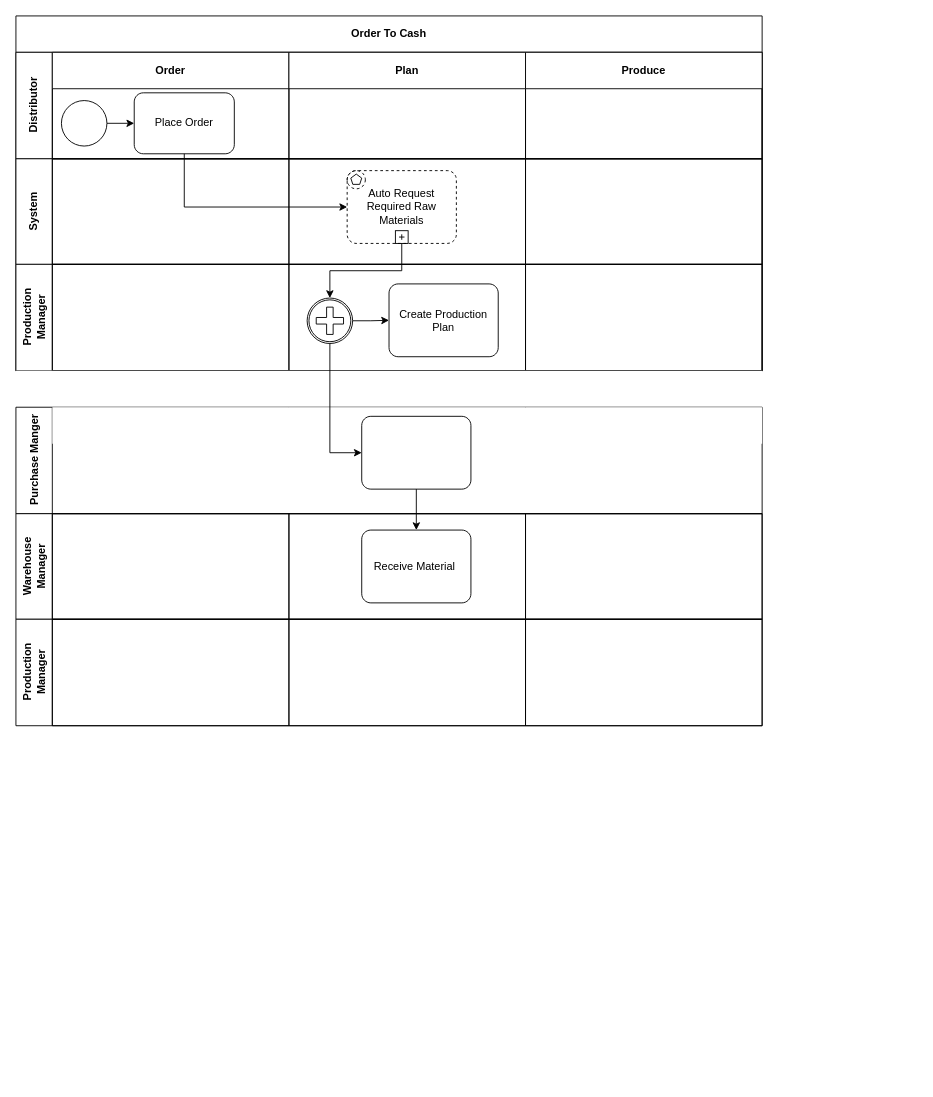
lmnaslimited/village keeps this draw.io diagram as o2c.drawio. Above is the earlier version. Source tidied: cells renumbered, new cells numbered last; positions are measured from the earlier drawing's top-left corner, leaving out a move shared by most shapes. Both pictures are drawn from the tidied source at 91%, with x=0, y=0 at pixel (15, 15).
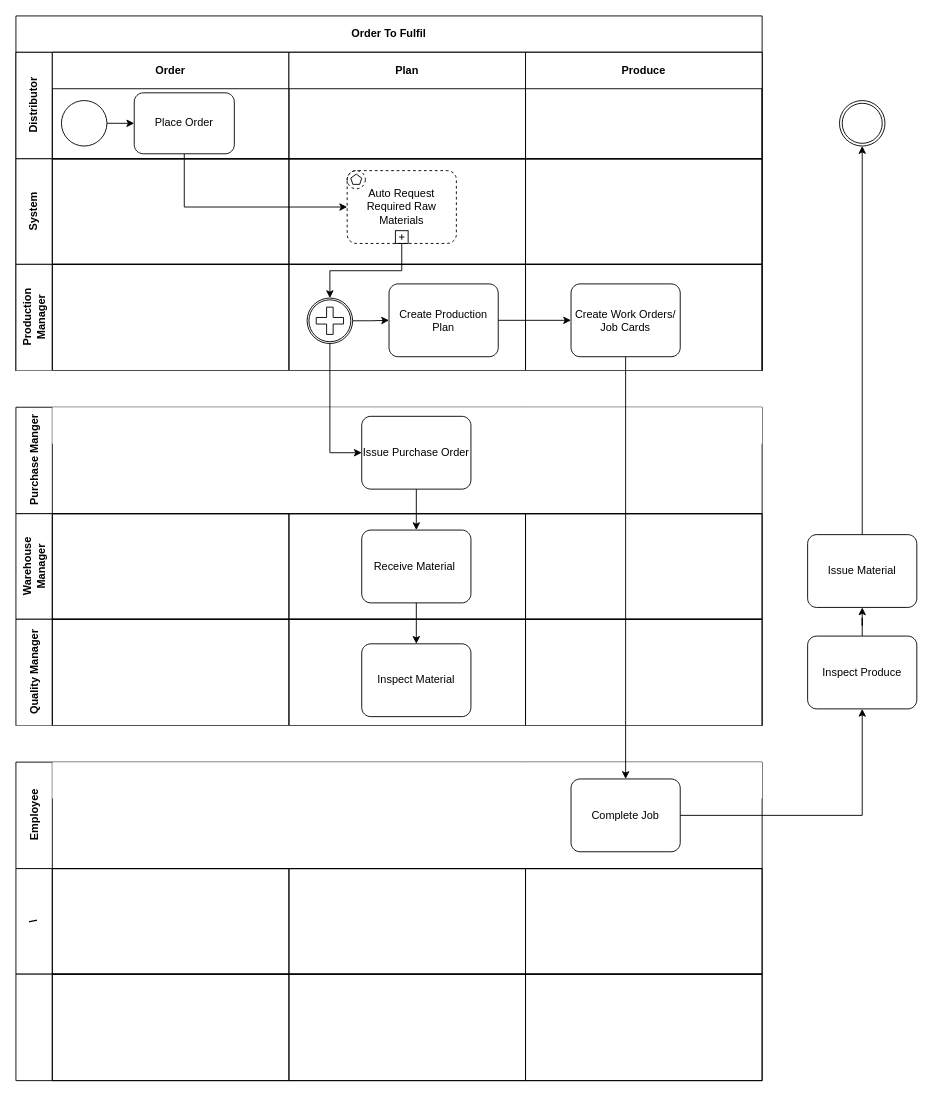
After the change.

Unchanged cells that the change refers to:
```xml
<mxCell id="20" value="Create Production Plan" style="points=[[0.25,0,0],[0.5,0,0],[0.75,0,0],[1,0.25,0],[1,0.5,0],[1,0.75,0],[0.75,1,0],[0.5,1,0],[0.25,1,0],[0,0.75,0],[0,0.5,0],[0,0.25,0]];shape=mxgraph.bpmn.task;whiteSpace=wrap;rectStyle=rounded;size=10;taskMarker=abstract;" parent="17" vertex="1">
  <mxGeometry x="110" y="21.5" width="120" height="80" as="geometry" />
</mxCell>
<mxCell id="24" style="shape=table;childLayout=tableLayout;rowLines=0;columnLines=0;startSize=40;html=1;whiteSpace=wrap;fontStyle=1;align=center;strokeColor=none;" parent="1" vertex="1">
  <mxGeometry y="390" width="820" height="390" as="geometry" />
</mxCell>
<mxCell id="27" style="swimlane;startSize=40;html=1;whiteSpace=wrap;strokeColor=none;" parent="25" vertex="1">
  <mxGeometry x="300" width="260" height="117" as="geometry" />
</mxCell>
<mxCell id="33" value="Receive Material " style="points=[[0.25,0,0],[0.5,0,0],[0.75,0,0],[1,0.25,0],[1,0.5,0],[1,0.75,0],[0.75,1,0],[0.5,1,0],[0.25,1,0],[0,0.75,0],[0,0.5,0],[0,0.25,0]];shape=mxgraph.bpmn.task;whiteSpace=wrap;rectStyle=rounded;size=10;taskMarker=abstract;" parent="32" vertex="1">
  <mxGeometry x="80" y="18" width="120" height="80" as="geometry" />
</mxCell>
<mxCell id="37" style="swimlane;startSize=0;html=1;whiteSpace=wrap;" parent="35" vertex="1">
  <mxGeometry x="300" width="260" height="117" as="geometry" />
</mxCell>
```

What changed in the source:
```diff
@@
-    <mxCell id="2" value="Order To Cash" style="shape=table;childLayout=tableLayout;rowLines=0;columnLines=0;startSize=40;html=1;whiteSpace=wrap;fontStyle=1;align=center;" parent="1" vertex="1">
+    <mxCell id="2" value="Order To Fulfil" style="shape=table;childLayout=tableLayout;rowLines=0;columnLines=0;startSize=40;html=1;whiteSpace=wrap;fontStyle=1;align=center;" parent="1" vertex="1">
       <mxGeometry width="820" height="390" as="geometry" />
     </mxCell>
@@
-    <mxCell id="28" style="points=[[0.25,0,0],[0.5,0,0],[0.75,0,0],[1,0.25,0],[1,0.5,0],[1,0.75,0],[0.75,1,0],[0.5,1,0],[0.25,1,0],[0,0.75,0],[0,0.5,0],[0,0.25,0]];shape=mxgraph.bpmn.task;whiteSpace=wrap;rectStyle=rounded;size=10;taskMarker=abstract;" parent="27" vertex="1">
+    <mxCell id="28" value="Issue Purchase Order" style="points=[[0.25,0,0],[0.5,0,0],[0.75,0,0],[1,0.25,0],[1,0.5,0],[1,0.75,0],[0.75,1,0],[0.5,1,0],[0.25,1,0],[0,0.75,0],[0,0.5,0],[0,0.25,0]];shape=mxgraph.bpmn.task;whiteSpace=wrap;rectStyle=rounded;size=10;taskMarker=abstract;" parent="27" vertex="1">
       <mxGeometry x="80" y="10" width="120" height="80" as="geometry" />
     </mxCell>
@@
-    <mxCell id="35" value="Production Manager" style="swimlane;horizontal=0;startSize=40;html=1;whiteSpace=wrap;" parent="24" vertex="1">
+    <mxCell id="35" value="Quality Manager" style="swimlane;horizontal=0;startSize=40;html=1;whiteSpace=wrap;" parent="24" vertex="1">
       <mxGeometry y="273" width="820" height="117" as="geometry" />
     </mxCell>
@@
+    <mxCell id="41" value="Inspect Material" style="points=[[0.25,0,0],[0.5,0,0],[0.75,0,0],[1,0.25,0],[1,0.5,0],[1,0.75,0],[0.75,1,0],[0.5,1,0],[0.25,1,0],[0,0.75,0],[0,0.5,0],[0,0.25,0]];shape=mxgraph.bpmn.task;whiteSpace=wrap;rectStyle=rounded;size=10;taskMarker=abstract;" parent="37" vertex="1">
+      <mxGeometry x="80" y="27" width="120" height="80" as="geometry" />
+    </mxCell>
@@
+    <mxCell id="42" style="edgeStyle=orthogonalEdgeStyle;rounded=0;jettySize=auto;html=1;" parent="24" edge="1" source="33" target="41">
+      <mxGeometry relative="1" as="geometry" />
+    </mxCell>
@@
+    <mxCell id="43" value="Create Work Orders/ Job Cards" style="points=[[0.25,0,0],[0.5,0,0],[0.75,0,0],[1,0.25,0],[1,0.5,0],[1,0.75,0],[0.75,1,0],[0.5,1,0],[0.25,1,0],[0,0.75,0],[0,0.5,0],[0,0.25,0]];shape=mxgraph.bpmn.task;whiteSpace=wrap;rectStyle=rounded;size=10;taskMarker=abstract;" parent="1" vertex="1">
+      <mxGeometry x="610" y="294.5" width="120" height="80" as="geometry" />
+    </mxCell>
+    <mxCell id="44" style="edgeStyle=orthogonalEdgeStyle;rounded=0;jettySize=auto;html=1;" parent="1" edge="1" source="20" target="43">
+      <mxGeometry relative="1" as="geometry" />
+    </mxCell>
+    <mxCell id="45" style="shape=table;childLayout=tableLayout;rowLines=0;columnLines=0;startSize=40;html=1;whiteSpace=wrap;fontStyle=1;align=center;strokeColor=none;" parent="1" vertex="1">
+      <mxGeometry y="780" width="820" height="390" as="geometry" />
+    </mxCell>
+    <mxCell id="46" value="Employee" style="swimlane;horizontal=0;startSize=40;html=1;whiteSpace=wrap;fontStyle=1;" parent="45" vertex="1">
+      <mxGeometry y="40" width="820" height="117" as="geometry" />
+    </mxCell>
+    <mxCell id="47" style="swimlane;startSize=40;html=1;whiteSpace=wrap;strokeColor=none;" parent="46" vertex="1">
+      <mxGeometry x="40" width="260" height="117" as="geometry" />
+    </mxCell>
+    <mxCell id="48" style="swimlane;startSize=40;html=1;whiteSpace=wrap;strokeColor=none;" parent="46" vertex="1">
+      <mxGeometry x="300" width="260" height="117" as="geometry" />
+    </mxCell>
+    <mxCell id="49" style="swimlane;startSize=40;html=1;whiteSpace=wrap;strokeColor=none;" parent="46" vertex="1">
+      <mxGeometry x="560" width="260" height="117" as="geometry" />
+    </mxCell>
+    <mxCell id="50" value="Complete Job" style="points=[[0.25,0,0],[0.5,0,0],[0.75,0,0],[1,0.25,0],[1,0.5,0],[1,0.75,0],[0.75,1,0],[0.5,1,0],[0.25,1,0],[0,0.75,0],[0,0.5,0],[0,0.25,0]];shape=mxgraph.bpmn.task;whiteSpace=wrap;rectStyle=rounded;size=10;taskMarker=abstract;" parent="49" vertex="1">
+      <mxGeometry x="50" y="18.5" width="120" height="80" as="geometry" />
+    </mxCell>
+    <mxCell id="51" value="\" style="swimlane;horizontal=0;startSize=40;html=1;whiteSpace=wrap;" parent="45" vertex="1">
+      <mxGeometry y="157" width="820" height="116" as="geometry" />
+    </mxCell>
+    <mxCell id="52" style="swimlane;startSize=0;html=1;whiteSpace=wrap;" parent="51" vertex="1">
+      <mxGeometry x="40" width="260" height="116" as="geometry" />
+    </mxCell>
+    <mxCell id="53" style="swimlane;startSize=0;html=1;whiteSpace=wrap;" parent="51" vertex="1">
+      <mxGeometry x="300" width="260" height="116" as="geometry" />
+    </mxCell>
+    <mxCell id="54" style="swimlane;startSize=0;html=1;whiteSpace=wrap;" parent="51" vertex="1">
+      <mxGeometry x="560" width="260" height="116" as="geometry" />
+    </mxCell>
+    <mxCell id="55" style="swimlane;horizontal=0;startSize=40;html=1;whiteSpace=wrap;" parent="45" vertex="1">
+      <mxGeometry y="273" width="820" height="117" as="geometry" />
+    </mxCell>
+    <mxCell id="56" style="swimlane;startSize=0;html=1;whiteSpace=wrap;" parent="55" vertex="1">
+      <mxGeometry x="40" width="260" height="117" as="geometry" />
+    </mxCell>
+    <mxCell id="57" style="swimlane;startSize=0;html=1;whiteSpace=wrap;" parent="55" vertex="1">
+      <mxGeometry x="300" width="260" height="117" as="geometry" />
+    </mxCell>
+    <mxCell id="58" style="swimlane;startSize=0;html=1;whiteSpace=wrap;" parent="55" vertex="1">
+      <mxGeometry x="560" width="260" height="117" as="geometry" />
+    </mxCell>
+    <mxCell id="59" style="edgeStyle=orthogonalEdgeStyle;rounded=0;jettySize=auto;html=1;" parent="1" edge="1" source="50" target="61">
+      <mxGeometry relative="1" as="geometry" />
+    </mxCell>
+    <mxCell id="60" style="edgeStyle=orthogonalEdgeStyle;rounded=0;jettySize=auto;html=1;" parent="1" edge="1" source="61" target="63">
+      <mxGeometry relative="1" as="geometry" />
+    </mxCell>
+    <mxCell id="61" value="Inspect Produce" style="points=[[0.25,0,0],[0.5,0,0],[0.75,0,0],[1,0.25,0],[1,0.5,0],[1,0.75,0],[0.75,1,0],[0.5,1,0],[0.25,1,0],[0,0.75,0],[0,0.5,0],[0,0.25,0]];shape=mxgraph.bpmn.task;whiteSpace=wrap;rectStyle=rounded;size=10;taskMarker=abstract;" parent="1" vertex="1">
+      <mxGeometry x="870" y="681.5" width="120" height="80" as="geometry" />
+    </mxCell>
+    <mxCell id="62" style="edgeStyle=orthogonalEdgeStyle;rounded=0;jettySize=auto;html=1;exitX=0.5;exitY=0;exitDx=0;exitDy=0;exitPerimeter=0;entryX=0.5;entryY=1;entryDx=0;entryDy=0;entryPerimeter=0;" parent="1" edge="1" source="63" target="65">
+      <mxGeometry relative="1" as="geometry" />
+    </mxCell>
+    <mxCell id="63" value="Issue Material" style="points=[[0.25,0,0],[0.5,0,0],[0.75,0,0],[1,0.25,0],[1,0.5,0],[1,0.75,0],[0.75,1,0],[0.5,1,0],[0.25,1,0],[0,0.75,0],[0,0.5,0],[0,0.25,0]];shape=mxgraph.bpmn.task;whiteSpace=wrap;rectStyle=rounded;size=10;taskMarker=abstract;" parent="1" vertex="1">
+      <mxGeometry x="870" y="570" width="120" height="80" as="geometry" />
+    </mxCell>
+    <mxCell id="64" style="edgeStyle=orthogonalEdgeStyle;rounded=0;jettySize=auto;html=1;exitX=0.5;exitY=1;exitDx=0;exitDy=0;exitPerimeter=0;entryX=0.5;entryY=0;entryDx=0;entryDy=0;entryPerimeter=0;" parent="1" edge="1" source="43" target="50">
+      <mxGeometry relative="1" as="geometry" />
+    </mxCell>
+    <mxCell id="65" style="points=[[0.145,0.145,0],[0.5,0,0],[0.855,0.145,0],[1,0.5,0],[0.855,0.855,0],[0.5,1,0],[0.145,0.855,0],[0,0.5,0]];shape=mxgraph.bpmn.event;html=1;verticalLabelPosition=bottom;labelBackgroundColor=#ffffff;verticalAlign=top;align=center;perimeter=ellipsePerimeter;outlineConnect=0;outline=throwing;symbol=general;" parent="1" vertex="1">
+      <mxGeometry x="905" y="93" width="50" height="50" as="geometry" />
+    </mxCell>
```
